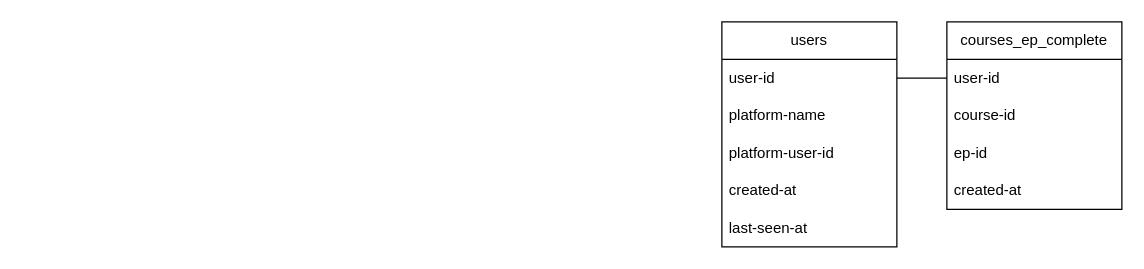
This is db_schema.drawio from TeoMeWhy/tmw-education, a draw.io file, before an edit. Source tidied: cells renumbered, new cells numbered last; positions are measured from the earlier drawing's top-left corner, leaving out a move shared by most shapes. Both pictures are drawn from the tidied source at 125%, with x=0, y=0 at pixel (721, 21).
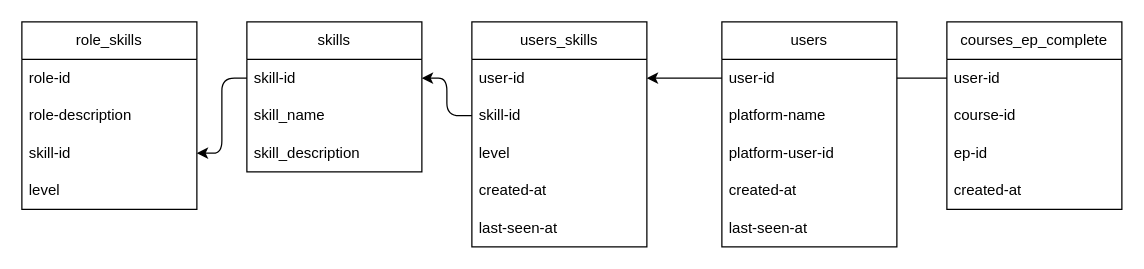
The same page after the edit.

Unchanged cells that the change refers to:
```xml
<mxCell id="8" value="user-id" style="text;strokeColor=none;fillColor=none;align=left;verticalAlign=middle;spacingLeft=4;spacingRight=4;overflow=hidden;points=[[0,0.5],[1,0.5]];portConstraint=eastwest;whiteSpace=wrap;html=1;" parent="7" vertex="1">
  <mxGeometry y="30" width="140" height="30" as="geometry" />
</mxCell>
```

What changed in the source:
```diff
@@
+    <mxCell id="14" value="users_skills" style="swimlane;fontStyle=0;horizontal=1;startSize=30;whiteSpace=wrap;html=1;" parent="1" vertex="1">
+      <mxGeometry x="-200" width="140" height="180" as="geometry" />
+    </mxCell>
+    <mxCell id="15" value="user-id" style="text;strokeColor=none;fillColor=none;align=left;verticalAlign=middle;spacingLeft=4;spacingRight=4;overflow=hidden;points=[[0,0.5],[1,0.5]];portConstraint=eastwest;whiteSpace=wrap;html=1;" parent="14" vertex="1">
+      <mxGeometry y="30" width="140" height="30" as="geometry" />
+    </mxCell>
+    <mxCell id="16" value="skill-id" style="text;strokeColor=none;fillColor=none;align=left;verticalAlign=middle;spacingLeft=4;spacingRight=4;overflow=hidden;points=[[0,0.5],[1,0.5]];portConstraint=eastwest;whiteSpace=wrap;html=1;" parent="14" vertex="1">
+      <mxGeometry y="60" width="140" height="30" as="geometry" />
+    </mxCell>
+    <mxCell id="17" value="level" style="text;strokeColor=none;fillColor=none;align=left;verticalAlign=middle;spacingLeft=4;spacingRight=4;overflow=hidden;whiteSpace=wrap;html=1;" parent="14" vertex="1">
+      <mxGeometry y="90" width="140" height="30" as="geometry" />
+    </mxCell>
+    <mxCell id="18" value="created-at" style="text;strokeColor=none;fillColor=none;align=left;verticalAlign=middle;spacingLeft=4;spacingRight=4;overflow=hidden;whiteSpace=wrap;html=1;" parent="14" vertex="1">
+      <mxGeometry y="120" width="140" height="30" as="geometry" />
+    </mxCell>
+    <mxCell id="19" value="last-seen-at" style="text;strokeColor=none;fillColor=none;align=left;verticalAlign=middle;spacingLeft=4;spacingRight=4;overflow=hidden;whiteSpace=wrap;html=1;" parent="14" vertex="1">
+      <mxGeometry y="150" width="140" height="30" as="geometry" />
+    </mxCell>
+    <mxCell id="20" style="edgeStyle=none;html=1;entryX=1;entryY=0.5;entryDx=0;entryDy=0;" parent="1" edge="1" source="8" target="15">
+      <mxGeometry relative="1" as="geometry" />
+    </mxCell>
+    <mxCell id="21" value="skills" style="swimlane;fontStyle=0;horizontal=1;startSize=30;whiteSpace=wrap;html=1;" parent="1" vertex="1">
+      <mxGeometry x="-380" width="140" height="120" as="geometry" />
+    </mxCell>
+    <mxCell id="22" value="skill-id" style="text;strokeColor=none;fillColor=none;align=left;verticalAlign=middle;spacingLeft=4;spacingRight=4;overflow=hidden;points=[[0,0.5],[1,0.5]];portConstraint=eastwest;whiteSpace=wrap;html=1;" parent="21" vertex="1">
+      <mxGeometry y="30" width="140" height="30" as="geometry" />
+    </mxCell>
+    <mxCell id="23" value="skill_name" style="text;strokeColor=none;fillColor=none;align=left;verticalAlign=middle;spacingLeft=4;spacingRight=4;overflow=hidden;whiteSpace=wrap;html=1;" parent="21" vertex="1">
+      <mxGeometry y="60" width="140" height="30" as="geometry" />
+    </mxCell>
+    <mxCell id="24" value="skill_description" style="text;strokeColor=none;fillColor=none;align=left;verticalAlign=middle;spacingLeft=4;spacingRight=4;overflow=hidden;whiteSpace=wrap;html=1;" parent="21" vertex="1">
+      <mxGeometry y="90" width="140" height="30" as="geometry" />
+    </mxCell>
+    <mxCell id="25" style="edgeStyle=orthogonalEdgeStyle;html=1;entryX=1;entryY=0.5;entryDx=0;entryDy=0;" parent="1" edge="1" source="16" target="22">
+      <mxGeometry relative="1" as="geometry" />
+    </mxCell>
+    <mxCell id="26" value="role_skills" style="swimlane;fontStyle=0;horizontal=1;startSize=30;whiteSpace=wrap;html=1;" parent="1" vertex="1">
+      <mxGeometry x="-560" width="140" height="150" as="geometry" />
+    </mxCell>
+    <mxCell id="27" value="role-id" style="text;strokeColor=none;fillColor=none;align=left;verticalAlign=middle;spacingLeft=4;spacingRight=4;overflow=hidden;whiteSpace=wrap;html=1;" parent="26" vertex="1">
+      <mxGeometry y="30" width="140" height="30" as="geometry" />
+    </mxCell>
+    <mxCell id="28" value="role-description" style="text;strokeColor=none;fillColor=none;align=left;verticalAlign=middle;spacingLeft=4;spacingRight=4;overflow=hidden;whiteSpace=wrap;html=1;" parent="26" vertex="1">
+      <mxGeometry y="60" width="140" height="30" as="geometry" />
+    </mxCell>
+    <mxCell id="29" value="skill-id" style="text;strokeColor=none;fillColor=none;align=left;verticalAlign=middle;spacingLeft=4;spacingRight=4;overflow=hidden;points=[[0,0.5],[1,0.5]];portConstraint=eastwest;whiteSpace=wrap;html=1;" parent="26" vertex="1">
+      <mxGeometry y="90" width="140" height="30" as="geometry" />
+    </mxCell>
+    <mxCell id="30" value="level" style="text;strokeColor=none;fillColor=none;align=left;verticalAlign=middle;spacingLeft=4;spacingRight=4;overflow=hidden;whiteSpace=wrap;html=1;" parent="26" vertex="1">
+      <mxGeometry y="120" width="140" height="30" as="geometry" />
+    </mxCell>
+    <mxCell id="31" style="edgeStyle=orthogonalEdgeStyle;html=1;entryX=1;entryY=0.5;entryDx=0;entryDy=0;exitX=0;exitY=0.5;exitDx=0;exitDy=0;" parent="1" edge="1" source="22" target="29">
+      <mxGeometry relative="1" as="geometry" />
+    </mxCell>
```
